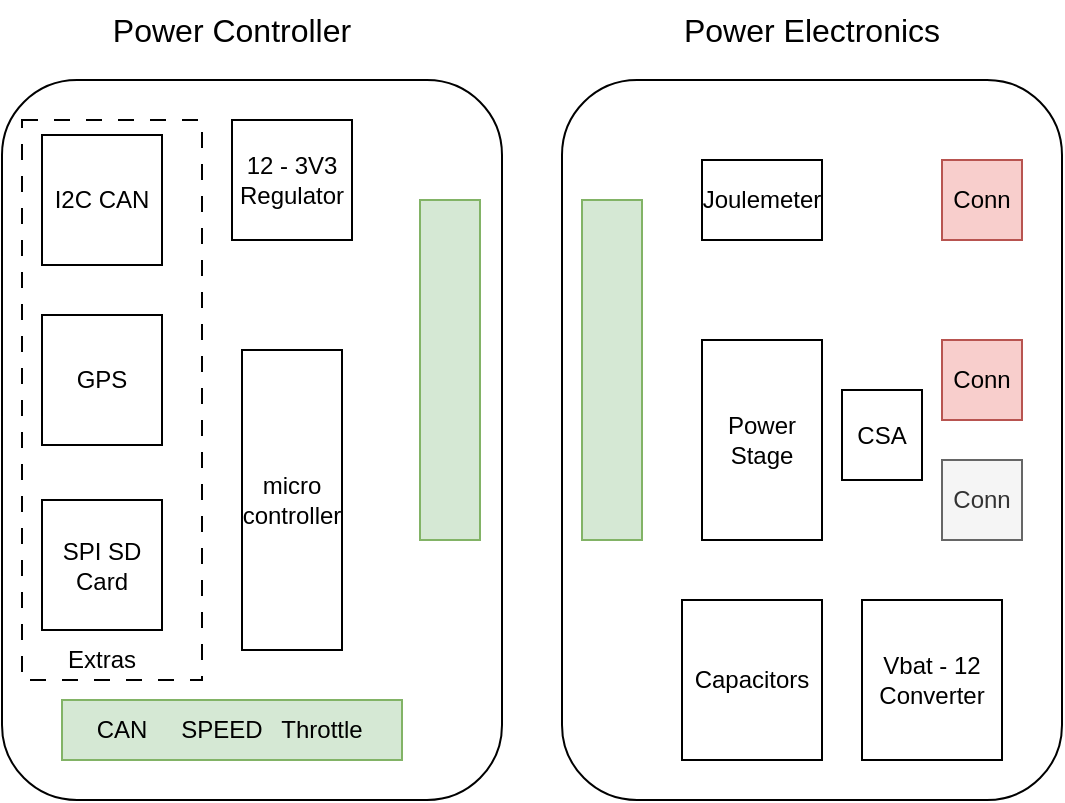
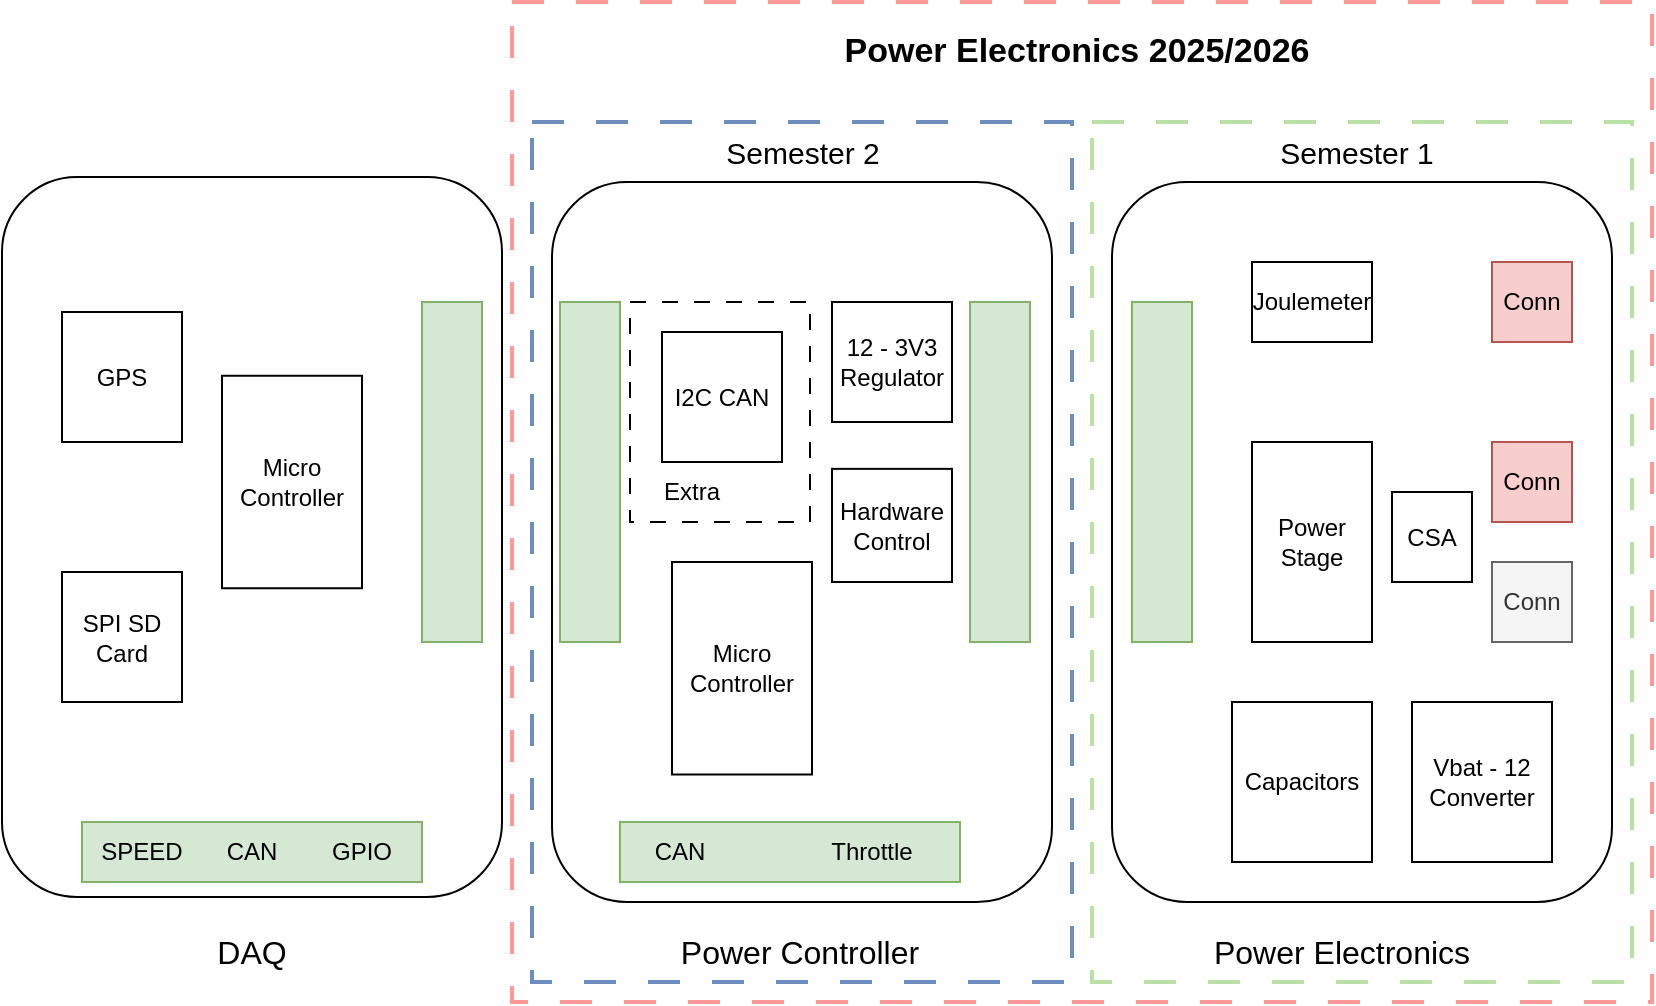
- <mxfile host="Electron" agent="Mozilla/5.0 (Windows NT 10.0; Win64; x64) AppleWebKit/537.36 (KHTML, like Gecko) draw.io/28.2.5 Chrome/138.0.7204.251 Electron/37.6.1 Safari/537.36" version="28.2.5">
+ <mxfile host="Electron" agent="Mozilla/5.0 (Windows NT 10.0; Win64; x64) AppleWebKit/537.36 (KHTML, like Gecko) draw.io/29.0.3 Chrome/140.0.7339.249 Electron/38.7.0 Safari/537.36" version="29.0.3">
  <diagram name="Page-1" id="1PUFzSwnKvRZVYBfR6C0">
-     <mxGraphModel dx="983" dy="586" grid="1" gridSize="10" guides="1" tooltips="1" connect="1" arrows="1" fold="1" page="1" pageScale="1" pageWidth="827" pageHeight="1169" math="0" shadow="0">
+     <mxGraphModel dx="1188" dy="736" grid="1" gridSize="10" guides="1" tooltips="1" connect="1" arrows="1" fold="1" page="1" pageScale="1" pageWidth="827" pageHeight="1169" math="0" shadow="0">
      <root>
        <mxCell id="0" />
        <mxCell id="1" parent="0" />
-         <mxCell id="tO5Df4M6jO3xiBL5vAxI-1" value="" style="rounded=1;whiteSpace=wrap;html=1;" vertex="1" parent="1">
-           <mxGeometry x="470" y="300" width="250" height="360" as="geometry" />
+         <mxCell id="VVHz9cwfKNzpk8jS3G9N-10" value="" style="rounded=0;whiteSpace=wrap;html=1;dashed=1;dashPattern=8 8;strokeWidth=2;strokeColor=#FF9999;" vertex="1" parent="1">
+           <mxGeometry x="255" y="210" width="570" height="500" as="geometry" />
        </mxCell>
-         <mxCell id="tO5Df4M6jO3xiBL5vAxI-3" value="Joulemeter" style="rounded=0;whiteSpace=wrap;html=1;" vertex="1" parent="1">
-           <mxGeometry x="540" y="340" width="60" height="40" as="geometry" />
+         <mxCell id="VVHz9cwfKNzpk8jS3G9N-16" value="" style="rounded=0;whiteSpace=wrap;html=1;strokeColor=#6c8ebf;strokeWidth=2;dashed=1;dashPattern=8 8;fillColor=none;" vertex="1" parent="1">
+           <mxGeometry x="265" y="270" width="270" height="430" as="geometry" />
        </mxCell>
-         <mxCell id="tO5Df4M6jO3xiBL5vAxI-4" value="Power Stage" style="rounded=0;whiteSpace=wrap;html=1;" vertex="1" parent="1">
-           <mxGeometry x="540" y="430" width="60" height="100" as="geometry" />
+         <mxCell id="VVHz9cwfKNzpk8jS3G9N-12" value="" style="rounded=0;whiteSpace=wrap;html=1;strokeColor=#B9E0A5;strokeWidth=2;dashed=1;dashPattern=8 8;fillColor=none;" vertex="1" parent="1">
+           <mxGeometry x="545" y="270" width="270" height="430" as="geometry" />
        </mxCell>
-         <mxCell id="tO5Df4M6jO3xiBL5vAxI-5" value="Vbat - 12 Converter" style="rounded=0;whiteSpace=wrap;html=1;" vertex="1" parent="1">
-           <mxGeometry x="620" y="560" width="70" height="80" as="geometry" />
+         <mxCell id="VVHz9cwfKNzpk8jS3G9N-3" value="" style="rounded=1;whiteSpace=wrap;html=1;" vertex="1" parent="1">
+           <mxGeometry y="297.5" width="250" height="360" as="geometry" />
        </mxCell>
-         <mxCell id="tO5Df4M6jO3xiBL5vAxI-6" value="" style="rounded=0;whiteSpace=wrap;html=1;fillColor=#d5e8d4;strokeColor=#82b366;" vertex="1" parent="1">
-           <mxGeometry x="480" y="360" width="30" height="170" as="geometry" />
+         <mxCell id="VVHz9cwfKNzpk8jS3G9N-5" value="" style="rounded=0;whiteSpace=wrap;html=1;fillColor=#d5e8d4;strokeColor=#82b366;direction=north;" vertex="1" parent="1">
+           <mxGeometry x="40" y="620" width="170" height="30" as="geometry" />
        </mxCell>
-         <mxCell id="tO5Df4M6jO3xiBL5vAxI-7" value="Conn" style="rounded=0;whiteSpace=wrap;html=1;fillColor=#f8cecc;strokeColor=#b85450;" vertex="1" parent="1">
-           <mxGeometry x="660" y="340" width="40" height="40" as="geometry" />
+         <mxCell id="tO5Df4M6jO3xiBL5vAxI-1" value="" style="rounded=1;whiteSpace=wrap;html=1;" parent="1" vertex="1">
+           <mxGeometry x="555" y="300" width="250" height="360" as="geometry" />
        </mxCell>
-         <mxCell id="tO5Df4M6jO3xiBL5vAxI-8" value="Conn" style="rounded=0;whiteSpace=wrap;html=1;fillColor=#f8cecc;strokeColor=#b85450;" vertex="1" parent="1">
-           <mxGeometry x="660" y="430" width="40" height="40" as="geometry" />
+         <mxCell id="tO5Df4M6jO3xiBL5vAxI-3" value="Joulemeter" style="rounded=0;whiteSpace=wrap;html=1;" parent="1" vertex="1">
+           <mxGeometry x="625" y="340" width="60" height="40" as="geometry" />
        </mxCell>
-         <mxCell id="tO5Df4M6jO3xiBL5vAxI-9" value="Conn" style="rounded=0;whiteSpace=wrap;html=1;fillColor=#f5f5f5;strokeColor=#666666;fontColor=#333333;" vertex="1" parent="1">
-           <mxGeometry x="660" y="490" width="40" height="40" as="geometry" />
+         <mxCell id="tO5Df4M6jO3xiBL5vAxI-4" value="Power Stage" style="rounded=0;whiteSpace=wrap;html=1;" parent="1" vertex="1">
+           <mxGeometry x="625" y="430" width="60" height="100" as="geometry" />
        </mxCell>
-         <mxCell id="tO5Df4M6jO3xiBL5vAxI-10" value="CSA" style="rounded=0;whiteSpace=wrap;html=1;" vertex="1" parent="1">
-           <mxGeometry x="610" y="455" width="40" height="45" as="geometry" />
+         <mxCell id="tO5Df4M6jO3xiBL5vAxI-5" value="Vbat - 12 Converter" style="rounded=0;whiteSpace=wrap;html=1;" parent="1" vertex="1">
+           <mxGeometry x="705" y="560" width="70" height="80" as="geometry" />
        </mxCell>
-         <mxCell id="tO5Df4M6jO3xiBL5vAxI-11" value="Capacitors" style="rounded=0;whiteSpace=wrap;html=1;" vertex="1" parent="1">
-           <mxGeometry x="530" y="560" width="70" height="80" as="geometry" />
+         <mxCell id="tO5Df4M6jO3xiBL5vAxI-6" value="" style="rounded=0;whiteSpace=wrap;html=1;fillColor=#d5e8d4;strokeColor=#82b366;" parent="1" vertex="1">
+           <mxGeometry x="565" y="360" width="30" height="170" as="geometry" />
        </mxCell>
-         <mxCell id="tO5Df4M6jO3xiBL5vAxI-12" value="" style="rounded=1;whiteSpace=wrap;html=1;" vertex="1" parent="1">
-           <mxGeometry x="190" y="300" width="250" height="360" as="geometry" />
+         <mxCell id="tO5Df4M6jO3xiBL5vAxI-7" value="Conn" style="rounded=0;whiteSpace=wrap;html=1;fillColor=#f8cecc;strokeColor=#b85450;" parent="1" vertex="1">
+           <mxGeometry x="745" y="340" width="40" height="40" as="geometry" />
        </mxCell>
-         <mxCell id="tO5Df4M6jO3xiBL5vAxI-13" value="" style="rounded=0;whiteSpace=wrap;html=1;fillColor=#d5e8d4;strokeColor=#82b366;" vertex="1" parent="1">
-           <mxGeometry x="399" y="360" width="30" height="170" as="geometry" />
+         <mxCell id="tO5Df4M6jO3xiBL5vAxI-8" value="Conn" style="rounded=0;whiteSpace=wrap;html=1;fillColor=#f8cecc;strokeColor=#b85450;" parent="1" vertex="1">
+           <mxGeometry x="745" y="430" width="40" height="40" as="geometry" />
        </mxCell>
-         <mxCell id="tO5Df4M6jO3xiBL5vAxI-14" value="" style="rounded=0;whiteSpace=wrap;html=1;fillColor=#d5e8d4;strokeColor=#82b366;direction=south;" vertex="1" parent="1">
-           <mxGeometry x="220" y="610" width="170" height="30" as="geometry" />
+         <mxCell id="tO5Df4M6jO3xiBL5vAxI-9" value="Conn" style="rounded=0;whiteSpace=wrap;html=1;fillColor=#f5f5f5;strokeColor=#666666;fontColor=#333333;" parent="1" vertex="1">
+           <mxGeometry x="745" y="490" width="40" height="40" as="geometry" />
        </mxCell>
-         <mxCell id="tO5Df4M6jO3xiBL5vAxI-16" value="micro&lt;div&gt;controller&lt;/div&gt;" style="rounded=0;whiteSpace=wrap;html=1;" vertex="1" parent="1">
-           <mxGeometry x="310" y="435" width="50" height="150" as="geometry" />
+         <mxCell id="tO5Df4M6jO3xiBL5vAxI-10" value="CSA" style="rounded=0;whiteSpace=wrap;html=1;" parent="1" vertex="1">
+           <mxGeometry x="695" y="455" width="40" height="45" as="geometry" />
        </mxCell>
-         <mxCell id="tO5Df4M6jO3xiBL5vAxI-17" value="12 - 3V3&lt;div&gt;Regulator&lt;/div&gt;" style="rounded=0;whiteSpace=wrap;html=1;" vertex="1" parent="1">
-           <mxGeometry x="305" y="320" width="60" height="60" as="geometry" />
+         <mxCell id="tO5Df4M6jO3xiBL5vAxI-11" value="Capacitors" style="rounded=0;whiteSpace=wrap;html=1;" parent="1" vertex="1">
+           <mxGeometry x="615" y="560" width="70" height="80" as="geometry" />
        </mxCell>
-         <mxCell id="tO5Df4M6jO3xiBL5vAxI-21" value="" style="rounded=0;whiteSpace=wrap;html=1;dashed=1;dashPattern=8 8;" vertex="1" parent="1">
-           <mxGeometry x="200" y="320" width="90" height="280" as="geometry" />
+         <mxCell id="tO5Df4M6jO3xiBL5vAxI-12" value="" style="rounded=1;whiteSpace=wrap;html=1;" parent="1" vertex="1">
+           <mxGeometry x="275" y="300" width="250" height="360" as="geometry" />
        </mxCell>
-         <mxCell id="tO5Df4M6jO3xiBL5vAxI-18" value="I2C CAN" style="rounded=0;whiteSpace=wrap;html=1;" vertex="1" parent="1">
-           <mxGeometry x="210" y="327.5" width="60" height="65" as="geometry" />
+         <mxCell id="tO5Df4M6jO3xiBL5vAxI-13" value="" style="rounded=0;whiteSpace=wrap;html=1;fillColor=#d5e8d4;strokeColor=#82b366;" parent="1" vertex="1">
+           <mxGeometry x="484" y="360" width="30" height="170" as="geometry" />
        </mxCell>
-         <mxCell id="tO5Df4M6jO3xiBL5vAxI-19" value="GPS" style="rounded=0;whiteSpace=wrap;html=1;" vertex="1" parent="1">
-           <mxGeometry x="210" y="417.5" width="60" height="65" as="geometry" />
+         <mxCell id="tO5Df4M6jO3xiBL5vAxI-14" value="" style="rounded=0;whiteSpace=wrap;html=1;fillColor=#d5e8d4;strokeColor=#82b366;direction=south;" parent="1" vertex="1">
+           <mxGeometry x="309" y="620" width="170" height="30" as="geometry" />
        </mxCell>
-         <mxCell id="tO5Df4M6jO3xiBL5vAxI-20" value="SPI SD Card" style="rounded=0;whiteSpace=wrap;html=1;" vertex="1" parent="1">
-           <mxGeometry x="210" y="510" width="60" height="65" as="geometry" />
+         <mxCell id="tO5Df4M6jO3xiBL5vAxI-16" value="Micro&lt;div&gt;Controller&lt;/div&gt;" style="rounded=0;whiteSpace=wrap;html=1;" parent="1" vertex="1">
+           <mxGeometry x="335" y="490" width="70" height="106.25" as="geometry" />
        </mxCell>
-         <mxCell id="tO5Df4M6jO3xiBL5vAxI-22" value="Extras" style="text;html=1;align=center;verticalAlign=middle;whiteSpace=wrap;rounded=0;" vertex="1" parent="1">
-           <mxGeometry x="210" y="575" width="60" height="30" as="geometry" />
+         <mxCell id="tO5Df4M6jO3xiBL5vAxI-17" value="12 - 3V3&lt;div&gt;Regulator&lt;/div&gt;" style="rounded=0;whiteSpace=wrap;html=1;" parent="1" vertex="1">
+           <mxGeometry x="415" y="360" width="60" height="60" as="geometry" />
        </mxCell>
-         <mxCell id="tO5Df4M6jO3xiBL5vAxI-23" value="Throttle" style="text;html=1;align=center;verticalAlign=middle;whiteSpace=wrap;rounded=0;" vertex="1" parent="1">
-           <mxGeometry x="320" y="610" width="60" height="30" as="geometry" />
+         <mxCell id="tO5Df4M6jO3xiBL5vAxI-21" value="" style="rounded=0;whiteSpace=wrap;html=1;dashed=1;dashPattern=8 8;" parent="1" vertex="1">
+           <mxGeometry x="314" y="360" width="90" height="110" as="geometry" />
        </mxCell>
-         <mxCell id="tO5Df4M6jO3xiBL5vAxI-24" value="CAN" style="text;html=1;align=center;verticalAlign=middle;whiteSpace=wrap;rounded=0;" vertex="1" parent="1">
-           <mxGeometry x="220" y="610" width="60" height="30" as="geometry" />
+         <mxCell id="tO5Df4M6jO3xiBL5vAxI-18" value="I2C CAN" style="rounded=0;whiteSpace=wrap;html=1;" parent="1" vertex="1">
+           <mxGeometry x="330" y="375" width="60" height="65" as="geometry" />
        </mxCell>
-         <mxCell id="tO5Df4M6jO3xiBL5vAxI-25" value="SPEED" style="text;html=1;align=center;verticalAlign=middle;whiteSpace=wrap;rounded=0;" vertex="1" parent="1">
-           <mxGeometry x="270" y="610" width="60" height="30" as="geometry" />
+         <mxCell id="tO5Df4M6jO3xiBL5vAxI-19" value="GPS" style="rounded=0;whiteSpace=wrap;html=1;" parent="1" vertex="1">
+           <mxGeometry x="30" y="365" width="60" height="65" as="geometry" />
        </mxCell>
-         <mxCell id="tO5Df4M6jO3xiBL5vAxI-26" value="&lt;font style=&quot;font-size: 16px;&quot;&gt;Power Electronics&lt;/font&gt;" style="text;html=1;align=center;verticalAlign=middle;whiteSpace=wrap;rounded=0;" vertex="1" parent="1">
-           <mxGeometry x="510" y="260" width="170" height="30" as="geometry" />
+         <mxCell id="tO5Df4M6jO3xiBL5vAxI-20" value="SPI SD Card" style="rounded=0;whiteSpace=wrap;html=1;" parent="1" vertex="1">
+           <mxGeometry x="30" y="495" width="60" height="65" as="geometry" />
        </mxCell>
-         <mxCell id="tO5Df4M6jO3xiBL5vAxI-27" value="&lt;font style=&quot;font-size: 16px;&quot;&gt;Power Controller&lt;/font&gt;" style="text;html=1;align=center;verticalAlign=middle;whiteSpace=wrap;rounded=0;" vertex="1" parent="1">
-           <mxGeometry x="220" y="260" width="170" height="30" as="geometry" />
+         <mxCell id="tO5Df4M6jO3xiBL5vAxI-22" value="Extra" style="text;html=1;align=center;verticalAlign=middle;whiteSpace=wrap;rounded=0;" parent="1" vertex="1">
+           <mxGeometry x="315" y="440" width="60" height="30" as="geometry" />
+         </mxCell>
+         <mxCell id="tO5Df4M6jO3xiBL5vAxI-23" value="Throttle" style="text;html=1;align=center;verticalAlign=middle;whiteSpace=wrap;rounded=0;" parent="1" vertex="1">
+           <mxGeometry x="405" y="620" width="60" height="30" as="geometry" />
+         </mxCell>
+         <mxCell id="tO5Df4M6jO3xiBL5vAxI-24" value="CAN" style="text;html=1;align=center;verticalAlign=middle;whiteSpace=wrap;rounded=0;" parent="1" vertex="1">
+           <mxGeometry x="309" y="620" width="60" height="30" as="geometry" />
+         </mxCell>
+         <mxCell id="tO5Df4M6jO3xiBL5vAxI-25" value="SPEED" style="text;html=1;align=center;verticalAlign=middle;whiteSpace=wrap;rounded=0;" parent="1" vertex="1">
+           <mxGeometry x="40" y="620" width="60" height="30" as="geometry" />
+         </mxCell>
+         <mxCell id="tO5Df4M6jO3xiBL5vAxI-26" value="&lt;font style=&quot;font-size: 16px;&quot;&gt;Power Electronics&lt;/font&gt;" style="text;html=1;align=center;verticalAlign=middle;whiteSpace=wrap;rounded=0;" parent="1" vertex="1">
+           <mxGeometry x="585" y="670" width="170" height="30" as="geometry" />
+         </mxCell>
+         <mxCell id="tO5Df4M6jO3xiBL5vAxI-27" value="&lt;font style=&quot;font-size: 16px;&quot;&gt;Power Controller&lt;/font&gt;" style="text;html=1;align=center;verticalAlign=middle;whiteSpace=wrap;rounded=0;" parent="1" vertex="1">
+           <mxGeometry x="314" y="670" width="170" height="30" as="geometry" />
+         </mxCell>
+         <mxCell id="VVHz9cwfKNzpk8jS3G9N-1" value="Hardware Control" style="rounded=0;whiteSpace=wrap;html=1;" vertex="1" parent="1">
+           <mxGeometry x="415" y="443.43" width="60" height="56.57" as="geometry" />
+         </mxCell>
+         <mxCell id="VVHz9cwfKNzpk8jS3G9N-2" value="" style="rounded=0;whiteSpace=wrap;html=1;fillColor=#d5e8d4;strokeColor=#82b366;direction=west;" vertex="1" parent="1">
+           <mxGeometry x="279" y="360" width="30" height="170" as="geometry" />
+         </mxCell>
+         <mxCell id="VVHz9cwfKNzpk8jS3G9N-4" value="" style="rounded=0;whiteSpace=wrap;html=1;fillColor=#d5e8d4;strokeColor=#82b366;direction=west;" vertex="1" parent="1">
+           <mxGeometry x="210" y="360" width="30" height="170" as="geometry" />
+         </mxCell>
+         <mxCell id="VVHz9cwfKNzpk8jS3G9N-6" value="CAN" style="text;html=1;align=center;verticalAlign=middle;whiteSpace=wrap;rounded=0;" vertex="1" parent="1">
+           <mxGeometry x="95" y="620" width="60" height="30" as="geometry" />
+         </mxCell>
+         <mxCell id="VVHz9cwfKNzpk8jS3G9N-7" value="GPIO" style="text;html=1;align=center;verticalAlign=middle;whiteSpace=wrap;rounded=0;" vertex="1" parent="1">
+           <mxGeometry x="150" y="620" width="60" height="30" as="geometry" />
+         </mxCell>
+         <mxCell id="VVHz9cwfKNzpk8jS3G9N-8" value="Micro&lt;div&gt;Controller&lt;/div&gt;" style="rounded=0;whiteSpace=wrap;html=1;" vertex="1" parent="1">
+           <mxGeometry x="110" y="396.88" width="70" height="106.25" as="geometry" />
+         </mxCell>
+         <mxCell id="VVHz9cwfKNzpk8jS3G9N-9" value="&lt;font style=&quot;font-size: 16px;&quot;&gt;DAQ&lt;/font&gt;" style="text;html=1;align=center;verticalAlign=middle;whiteSpace=wrap;rounded=0;" vertex="1" parent="1">
+           <mxGeometry x="40" y="670" width="170" height="30" as="geometry" />
+         </mxCell>
+         <mxCell id="VVHz9cwfKNzpk8jS3G9N-11" value="Power Electronics 2025/2026" style="text;html=1;whiteSpace=wrap;strokeColor=none;fillColor=none;align=center;verticalAlign=middle;rounded=0;fontStyle=1;fontSize=17;" vertex="1" parent="1">
+           <mxGeometry x="390" y="220" width="295" height="30" as="geometry" />
+         </mxCell>
+         <mxCell id="VVHz9cwfKNzpk8jS3G9N-14" value="Semester 1" style="text;html=1;whiteSpace=wrap;strokeColor=none;fillColor=none;align=center;verticalAlign=middle;rounded=0;fontSize=15;" vertex="1" parent="1">
+           <mxGeometry x="625" y="270" width="105" height="30" as="geometry" />
+         </mxCell>
+         <mxCell id="VVHz9cwfKNzpk8jS3G9N-15" value="Semester 2" style="text;html=1;whiteSpace=wrap;strokeColor=none;fillColor=none;align=center;verticalAlign=middle;rounded=0;fontSize=15;" vertex="1" parent="1">
+           <mxGeometry x="347.5" y="270" width="105" height="30" as="geometry" />
        </mxCell>
      </root>
    </mxGraphModel>
  </diagram>
</mxfile>
